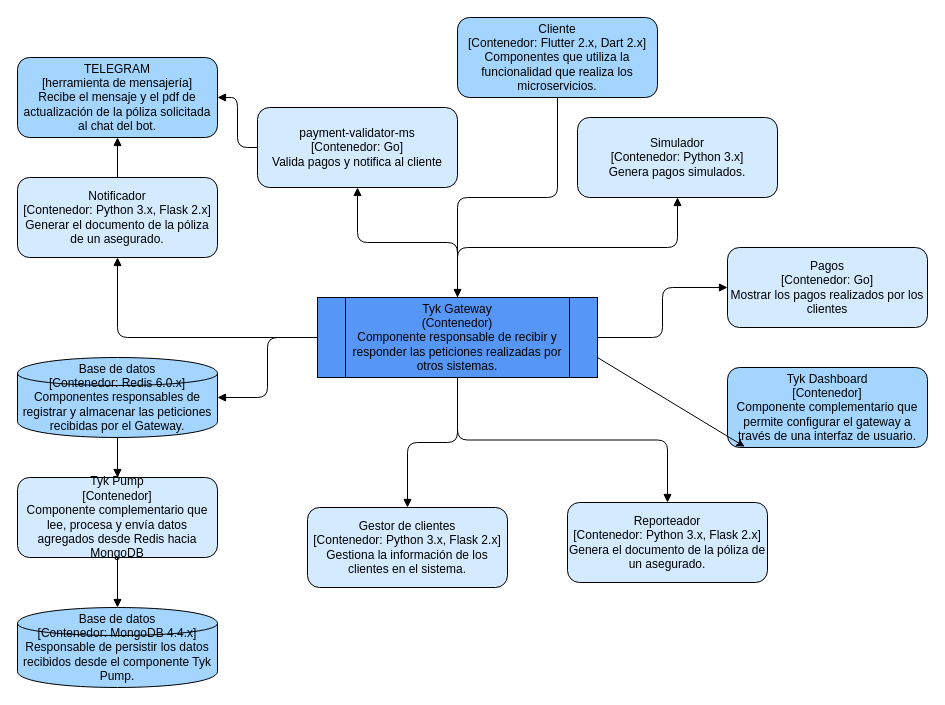
Earlier version of the draw.io diagram 03microservicios.drawio (AngelJanvier01/TareadeMicroservicios). Source tidied: cells renumbered, new cells numbered last; positions are measured from the earlier drawing's top-left corner, leaving out a move shared by most shapes. Both pictures are drawn from the tidied source at 100%, with x=0, y=0 at pixel (17, 17).
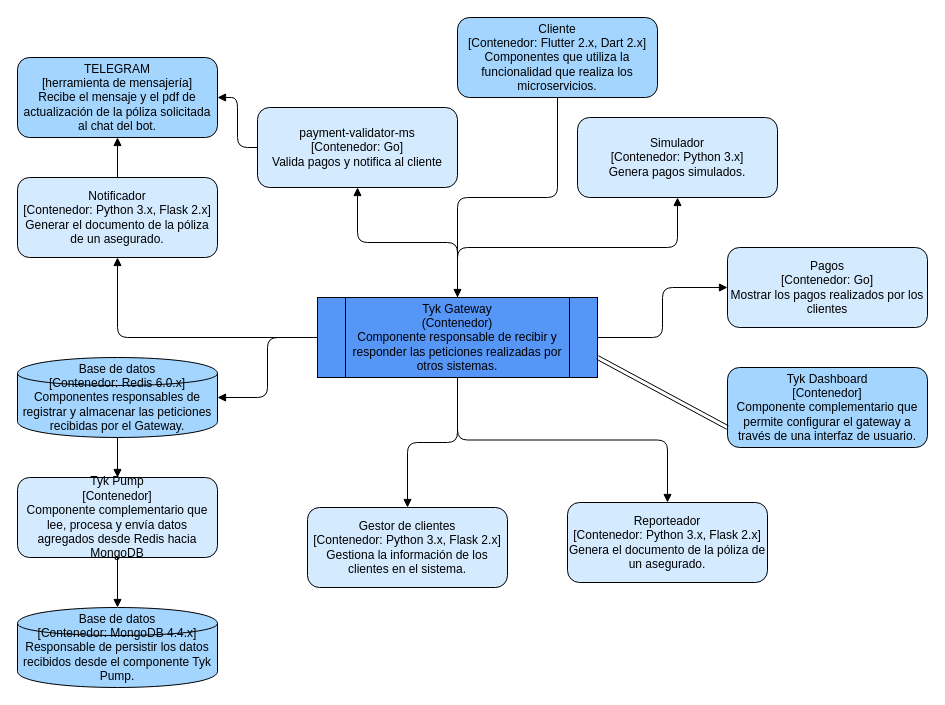
After the change.

The change refers to these unchanged cells:
```xml
<mxCell id="2" value="Tyk Gateway&#10;(Contenedor)&#10;Componente responsable de recibir y responder las peticiones realizadas por otros sistemas." style="shape=process;whiteSpace=wrap;html=1;fillColor=#5596f7;fontSize=12;" parent="1" vertex="1">
  <mxGeometry x="300" y="280" width="280" height="80" as="geometry" />
</mxCell>
<mxCell id="13" value="Tyk Dashboard&#10;[Contenedor]&#10;Componente complementario que permite configurar el gateway a través de una interfaz de usuario." style="shape=rectangle;whiteSpace=wrap;html=1;rounded=1;fillColor=#a3d5ff;fontSize=12;" parent="1" vertex="1">
  <mxGeometry x="710" y="350" width="200" height="80" as="geometry" />
</mxCell>
```

Diff of the diagram source:
```diff
@@
-    <mxCell id="27" style="edgeStyle=none;html=1;exitX=1;exitY=0.75;exitDx=0;exitDy=0;entryX=0.086;entryY=0.99;entryDx=0;entryDy=0;entryPerimeter=0;" parent="1" edge="1" source="2" target="13">
+    <mxCell id="27" style="edgeStyle=none;html=1;exitX=1;exitY=0.75;exitDx=0;exitDy=0;entryX=0;entryY=0.75;entryDx=0;entryDy=0;shape=link;" parent="1" edge="1" source="2" target="13">
       <mxGeometry relative="1" as="geometry" />
     </mxCell>
```
